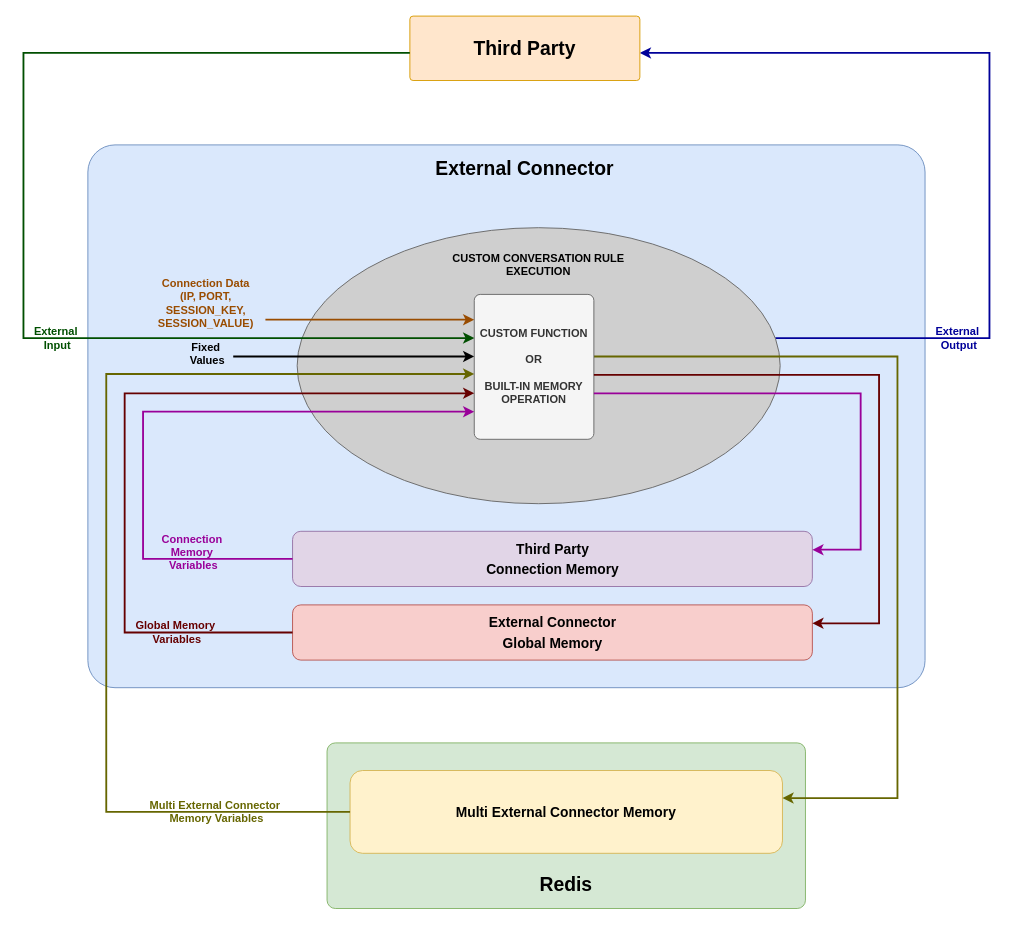
The draw.io diagram page "custom_rule_memory_operation" (12 of 12) of drawings_editable_format/SecLopeDeVega.drawio in 4LB3R70D/SecLopeDeVega-Docs, before the edit. Source tidied: cells renumbered, new cells numbered last; positions are measured from the earlier drawing's top-left corner, leaving out a move shared by most shapes. Both pictures are drawn from the tidied source at 92%, with x=0, y=0 at pixel (23, 16).
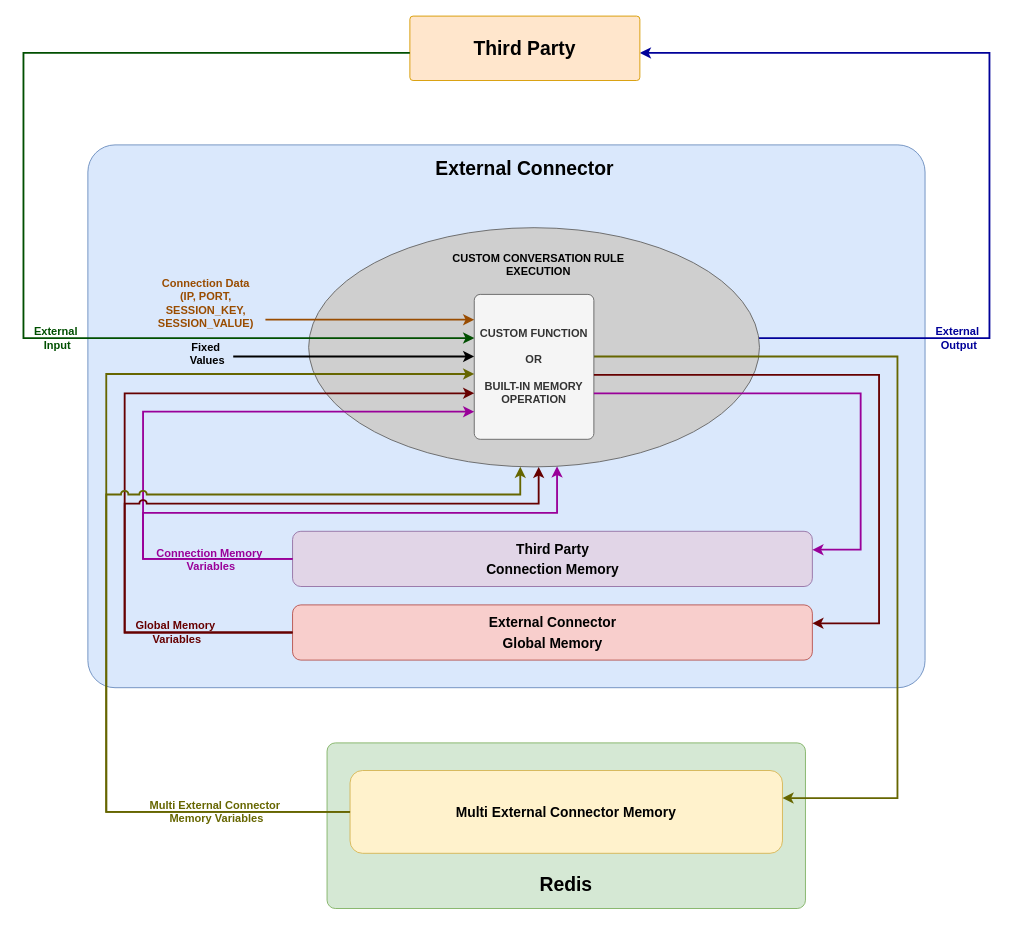
The same diagram, later.

The change refers to these unchanged cells:
```xml
<mxCell id="8" value="&lt;b style=&quot;font-size: 15px;&quot;&gt;Third Party&lt;br&gt;Connection Memory&lt;/b&gt;" style="rounded=1;whiteSpace=wrap;html=1;fontSize=18;fillColor=#e1d5e7;strokeColor=#9673a6;" parent="1" vertex="1">
  <mxGeometry x="292.5" y="560" width="565" height="60" as="geometry" />
</mxCell>
<mxCell id="9" value="&lt;b style=&quot;font-size: 15px;&quot;&gt;External Connector&lt;br&gt;Global Memory&lt;/b&gt;" style="rounded=1;whiteSpace=wrap;html=1;fontSize=18;fillColor=#f8cecc;strokeColor=#b85450;" parent="1" vertex="1">
  <mxGeometry x="292.5" y="640" width="565" height="60" as="geometry" />
</mxCell>
<mxCell id="10" value="&lt;b style=&quot;font-size: 15px;&quot;&gt;Multi External Connector Memory&lt;/b&gt;" style="rounded=1;whiteSpace=wrap;html=1;fontSize=18;fillColor=#fff2cc;strokeColor=#d6b656;" parent="1" vertex="1">
  <mxGeometry x="355" y="820" width="470" height="90" as="geometry" />
</mxCell>
```

What changed in the source:
```diff
@@
     <mxCell id="12" style="ellipse;whiteSpace=wrap;html=1;fillColor=#CFCFCF;strokeColor=#666666;fontStyle=1;fontColor=#333333;" parent="1" vertex="1">
-      <mxGeometry x="297.5" y="230" width="525" height="300" as="geometry" />
+      <mxGeometry x="310" y="230" width="490" height="260" as="geometry" />
     </mxCell>
@@
-    <mxCell id="20" value="Connection &lt;br&gt;Memory&lt;br&gt;&amp;nbsp;Variables" style="text;html=1;align=center;verticalAlign=middle;strokeColor=none;fillColor=none;fontStyle=1;fontColor=#990099;" parent="1" vertex="1">
-      <mxGeometry x="138" y="553" width="90" height="60" as="geometry" />
+    <mxCell id="20" value="Connection Memory&lt;br&gt;&amp;nbsp;Variables" style="text;html=1;align=center;verticalAlign=middle;strokeColor=none;fillColor=none;fontStyle=1;fontColor=#990099;" parent="1" vertex="1">
+      <mxGeometry x="132" y="571" width="140" height="40" as="geometry" />
     </mxCell>
@@
+    <mxCell id="31" style="edgeStyle=orthogonalEdgeStyle;rounded=0;jettySize=auto;html=1;strokeWidth=2;strokeColor=#990099;" parent="1" edge="1" source="8" target="12">
+      <mxGeometry relative="1" as="geometry">
+        <Array as="points">
+          <mxPoint x="130" y="590" />
+          <mxPoint x="130" y="540" />
+          <mxPoint x="580" y="540" />
+        </Array>
+      </mxGeometry>
+    </mxCell>
+    <mxCell id="32" style="edgeStyle=orthogonalEdgeStyle;rounded=0;jettySize=auto;html=1;strokeWidth=2;strokeColor=#660000;jumpStyle=arc;" parent="1" edge="1" source="9" target="12">
+      <mxGeometry relative="1" as="geometry">
+        <Array as="points">
+          <mxPoint x="110" y="670" />
+          <mxPoint x="110" y="530" />
+          <mxPoint x="560" y="530" />
+        </Array>
+      </mxGeometry>
+    </mxCell>
+    <mxCell id="33" style="edgeStyle=orthogonalEdgeStyle;rounded=0;jettySize=auto;html=1;strokeWidth=2;strokeColor=#666600;jumpStyle=arc;" parent="1" edge="1" source="10" target="12">
+      <mxGeometry relative="1" as="geometry">
+        <Array as="points">
+          <mxPoint x="90" y="865" />
+          <mxPoint x="90" y="520" />
+          <mxPoint x="540" y="520" />
+        </Array>
+      </mxGeometry>
+    </mxCell>
```
